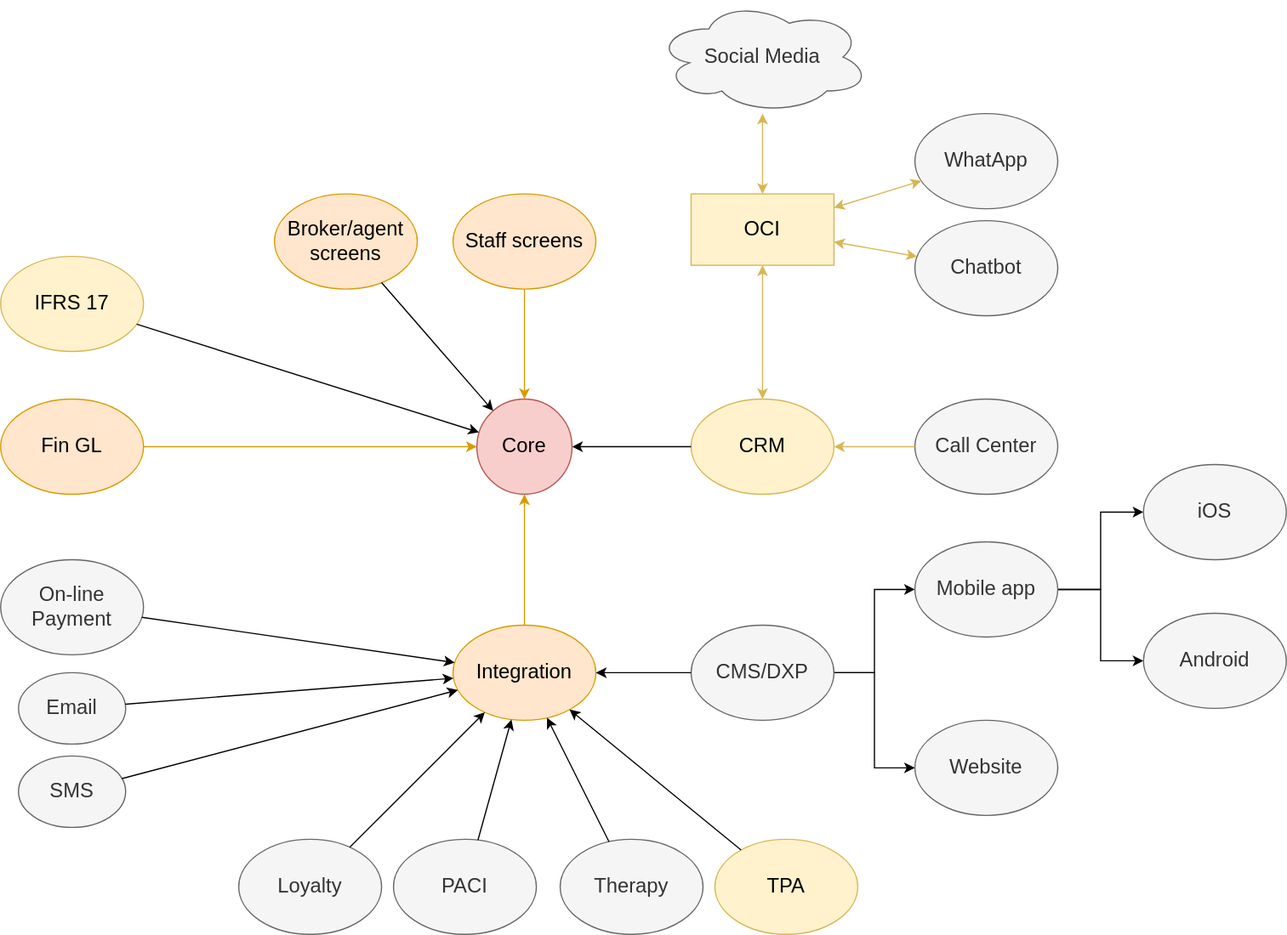
The draw.io diagram Astra Components(3).drawio.svg in computerchi/athome, before a commit. Source tidied: cells renumbered, new cells last; positions are measured from the earlier drawing's top-left corner, leaving out a move shared by most shapes.
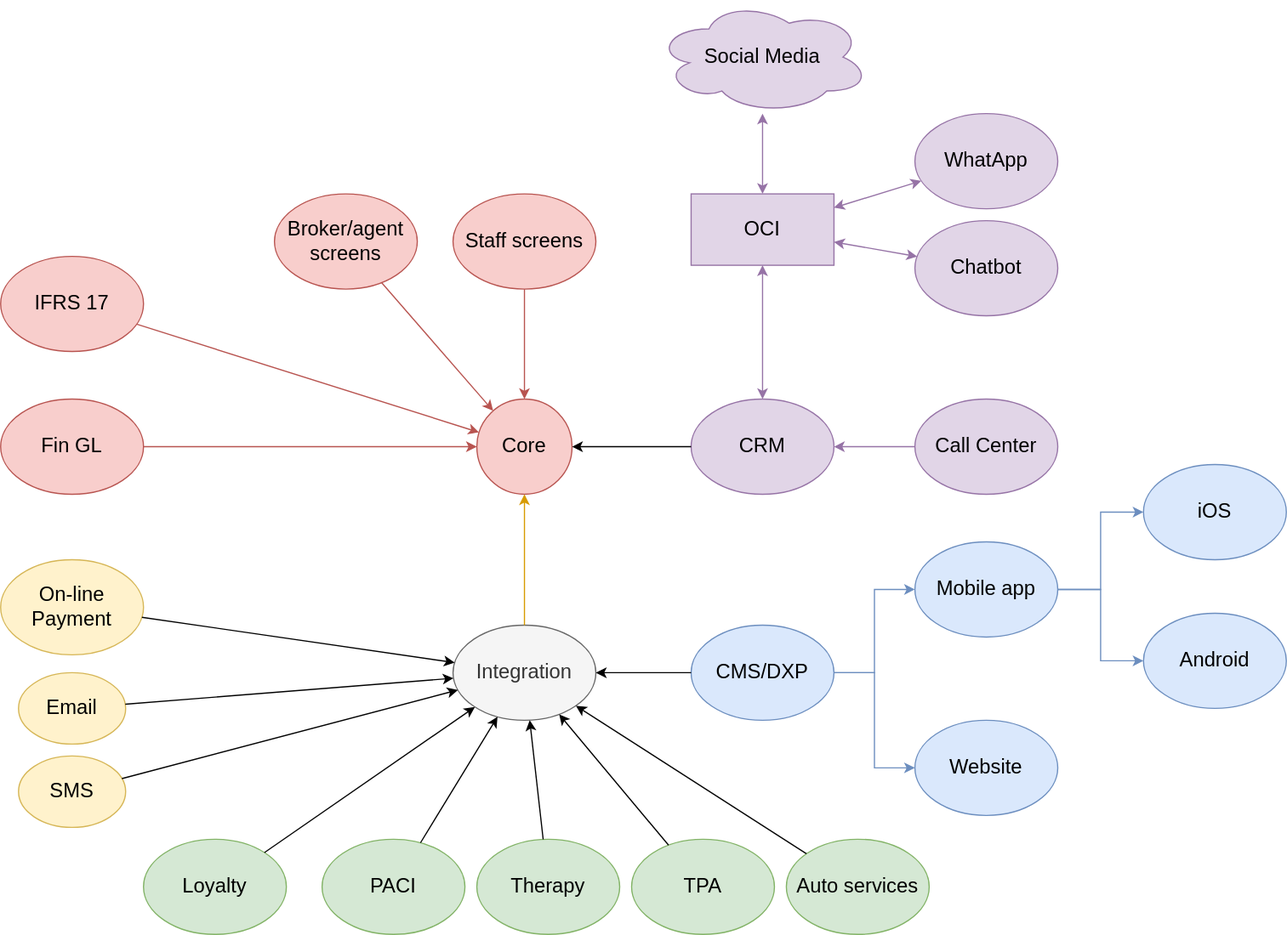
Above is the later version.

The edit, as a diff of the source:
```diff
@@ -2,100 +2,100 @@
   <root>
     <mxCell id="0" />
     <mxCell id="1" parent="0" />
-    <mxCell id="2" value="Staff screens" style="ellipse;whiteSpace=wrap;html=1;fillColor=#ffe6cc;strokeColor=#d79b00;fontSize=17;" parent="1" vertex="1">
+    <mxCell id="2" value="Staff screens" style="ellipse;whiteSpace=wrap;html=1;fillColor=#f8cecc;strokeColor=#b85450;fontSize=17;" parent="1" vertex="1">
       <mxGeometry x="380" y="162.5" width="120" height="80" as="geometry" />
     </mxCell>
     <mxCell id="3" value="Core" style="ellipse;whiteSpace=wrap;html=1;fillColor=#f8cecc;fontSize=17;strokeColor=#b85450;" parent="1" vertex="1">
       <mxGeometry x="400" y="335" width="80" height="80" as="geometry" />
     </mxCell>
-    <mxCell id="4" value="Integration" style="ellipse;whiteSpace=wrap;html=1;fillColor=#ffe6cc;strokeColor=#d79b00;fontSize=17;" parent="1" vertex="1">
+    <mxCell id="4" value="Integration" style="ellipse;whiteSpace=wrap;html=1;fillColor=#f5f5f5;strokeColor=#666666;fontSize=17;fontColor=#333333;" parent="1" vertex="1">
       <mxGeometry x="380" y="525" width="120" height="80" as="geometry" />
     </mxCell>
-    <mxCell id="5" value="Fin GL" style="ellipse;whiteSpace=wrap;html=1;fillColor=#ffe6cc;strokeColor=#d79b00;fontSize=17;" parent="1" vertex="1">
+    <mxCell id="5" value="Fin GL" style="ellipse;whiteSpace=wrap;html=1;fillColor=#f8cecc;strokeColor=#b85450;fontSize=17;" parent="1" vertex="1">
       <mxGeometry y="335" width="120" height="80" as="geometry" />
     </mxCell>
-    <mxCell id="6" value="IFRS 17" style="ellipse;whiteSpace=wrap;html=1;fillColor=#fff2cc;strokeColor=#d6b656;fontSize=17;" parent="1" vertex="1">
+    <mxCell id="6" value="IFRS 17" style="ellipse;whiteSpace=wrap;html=1;fillColor=#f8cecc;strokeColor=#b85450;fontSize=17;" parent="1" vertex="1">
       <mxGeometry y="215" width="120" height="80" as="geometry" />
     </mxCell>
-    <mxCell id="7" value="CRM" style="ellipse;whiteSpace=wrap;html=1;fillColor=#fff2cc;strokeColor=#d6b656;fontSize=17;" parent="1" vertex="1">
+    <mxCell id="7" value="CRM" style="ellipse;whiteSpace=wrap;html=1;fillColor=#e1d5e7;strokeColor=#9673a6;fontSize=17;" parent="1" vertex="1">
       <mxGeometry x="580" y="335" width="120" height="80" as="geometry" />
     </mxCell>
-    <mxCell id="8" value="Broker/agent screens" style="ellipse;whiteSpace=wrap;html=1;fillColor=#ffe6cc;strokeColor=#d79b00;fontSize=17;" parent="1" vertex="1">
+    <mxCell id="8" value="Broker/agent screens" style="ellipse;whiteSpace=wrap;html=1;fillColor=#f8cecc;strokeColor=#b85450;fontSize=17;" parent="1" vertex="1">
       <mxGeometry x="230" y="162.5" width="120" height="80" as="geometry" />
     </mxCell>
-    <mxCell id="9" style="endArrow=classic;html=1;rounded=0;fillColor=#ffe6cc;strokeColor=#d79b00;fontSize=17;" parent="1" edge="1" source="2" target="3">
+    <mxCell id="9" style="endArrow=classic;html=1;rounded=0;fillColor=#f8cecc;strokeColor=#b85450;fontSize=17;" parent="1" edge="1" source="2" target="3">
       <mxGeometry relative="1" as="geometry" />
     </mxCell>
-    <mxCell id="10" style="endArrow=classic;html=1;rounded=0;fontSize=17;" parent="1" edge="1" source="8" target="3">
+    <mxCell id="10" style="endArrow=classic;html=1;rounded=0;fontSize=17;fillColor=#f8cecc;strokeColor=#b85450;" parent="1" edge="1" source="8" target="3">
       <mxGeometry relative="1" as="geometry" />
     </mxCell>
     <mxCell id="11" style="endArrow=classic;html=1;rounded=0;fontSize=17;" parent="1" edge="1" source="7" target="3">
       <mxGeometry relative="1" as="geometry" />
     </mxCell>
-    <mxCell id="12" style="endArrow=classic;html=1;rounded=0;fontSize=17;" parent="1" edge="1" source="6" target="3">
+    <mxCell id="12" style="endArrow=classic;html=1;rounded=0;fontSize=17;fillColor=#f8cecc;strokeColor=#b85450;" parent="1" edge="1" source="6" target="3">
       <mxGeometry relative="1" as="geometry" />
     </mxCell>
-    <mxCell id="13" style="endArrow=classic;html=1;rounded=0;fillColor=#ffe6cc;strokeColor=#d79b00;fontSize=17;" parent="1" edge="1" source="5" target="3">
+    <mxCell id="13" style="endArrow=classic;html=1;rounded=0;fillColor=#f8cecc;strokeColor=#b85450;fontSize=17;" parent="1" edge="1" source="5" target="3">
       <mxGeometry relative="1" as="geometry" />
     </mxCell>
     <mxCell id="14" style="endArrow=classic;html=1;rounded=0;fillColor=#ffe6cc;strokeColor=#d79b00;fontSize=17;" parent="1" edge="1" source="4" target="3">
       <mxGeometry relative="1" as="geometry" />
     </mxCell>
-    <mxCell id="15" value="Call Center" style="ellipse;whiteSpace=wrap;html=1;fillColor=#f5f5f5;strokeColor=#666666;fontSize=17;fontColor=#333333;" parent="1" vertex="1">
+    <mxCell id="15" value="Call Center" style="ellipse;whiteSpace=wrap;html=1;fillColor=#e1d5e7;strokeColor=#9673a6;fontSize=17;" parent="1" vertex="1">
       <mxGeometry x="768" y="335" width="120" height="80" as="geometry" />
     </mxCell>
-    <mxCell id="16" style="endArrow=classic;html=1;rounded=0;fillColor=#fff2cc;strokeColor=#d6b656;fontSize=17;" parent="1" edge="1" source="15" target="7">
+    <mxCell id="16" style="endArrow=classic;html=1;rounded=0;fillColor=#e1d5e7;strokeColor=#9673a6;fontSize=17;" parent="1" edge="1" source="15" target="7">
       <mxGeometry relative="1" as="geometry" />
     </mxCell>
-    <mxCell id="17" value="OCI" style="shape=rectangle;perimeter=rectanglePerimeter;whiteSpace=wrap;html=1;fixedSize=1;fillColor=#fff2cc;strokeColor=#d6b656;fontSize=17;" parent="1" vertex="1">
+    <mxCell id="17" value="OCI" style="shape=rectangle;perimeter=rectanglePerimeter;whiteSpace=wrap;html=1;fixedSize=1;fillColor=#e1d5e7;strokeColor=#9673a6;fontSize=17;" parent="1" vertex="1">
       <mxGeometry x="580" y="162.5" width="120" height="60" as="geometry" />
     </mxCell>
-    <mxCell id="18" value="Chatbot" style="ellipse;whiteSpace=wrap;html=1;fillColor=#f5f5f5;strokeColor=#666666;fontSize=17;fontColor=#333333;" parent="1" vertex="1">
+    <mxCell id="18" value="Chatbot" style="ellipse;whiteSpace=wrap;html=1;fillColor=#e1d5e7;strokeColor=#9673a6;fontSize=17;" parent="1" vertex="1">
       <mxGeometry x="768" y="185" width="120" height="80" as="geometry" />
     </mxCell>
-    <mxCell id="19" style="endArrow=classic;startArrow=classic;html=1;rounded=0;fillColor=#fff2cc;strokeColor=#d6b656;fontSize=17;" parent="1" edge="1" source="17" target="18">
+    <mxCell id="19" style="endArrow=classic;startArrow=classic;html=1;rounded=0;fillColor=#e1d5e7;strokeColor=#9673a6;fontSize=17;" parent="1" edge="1" source="17" target="18">
       <mxGeometry relative="1" as="geometry" />
     </mxCell>
-    <mxCell id="20" style="endArrow=classic;startArrow=classic;html=1;rounded=0;fillColor=#fff2cc;strokeColor=#d6b656;fontSize=17;" parent="1" edge="1" source="7" target="17">
+    <mxCell id="20" style="endArrow=classic;startArrow=classic;html=1;rounded=0;fillColor=#e1d5e7;strokeColor=#9673a6;fontSize=17;" parent="1" edge="1" source="7" target="17">
       <mxGeometry relative="1" as="geometry" />
     </mxCell>
-    <mxCell id="21" value="Social Media" style="ellipse;shape=cloud;whiteSpace=wrap;html=1;fillColor=#f5f5f5;strokeColor=#666666;fontSize=17;fontColor=#333333;" parent="1" vertex="1">
+    <mxCell id="21" value="Social Media" style="ellipse;shape=cloud;whiteSpace=wrap;html=1;fillColor=#e1d5e7;strokeColor=#9673a6;fontSize=17;" parent="1" vertex="1">
       <mxGeometry x="550" width="180" height="95" as="geometry" />
     </mxCell>
-    <mxCell id="22" style="endArrow=classic;startArrow=classic;html=1;rounded=0;fillColor=#fff2cc;strokeColor=#d6b656;fontSize=17;" parent="1" edge="1" source="17" target="21">
+    <mxCell id="22" style="endArrow=classic;startArrow=classic;html=1;rounded=0;fillColor=#e1d5e7;strokeColor=#9673a6;fontSize=17;" parent="1" edge="1" source="17" target="21">
       <mxGeometry relative="1" as="geometry" />
     </mxCell>
-    <mxCell id="23" value="Therapy" style="ellipse;whiteSpace=wrap;html=1;fillColor=#f5f5f5;strokeColor=#666666;fontSize=17;fontColor=#333333;" parent="1" vertex="1">
-      <mxGeometry x="470" y="705" width="120" height="80" as="geometry" />
+    <mxCell id="23" value="Therapy" style="ellipse;whiteSpace=wrap;html=1;fillColor=#d5e8d4;strokeColor=#82b366;fontSize=17;" parent="1" vertex="1">
+      <mxGeometry x="400" y="705" width="120" height="80" as="geometry" />
     </mxCell>
     <mxCell id="24" style="endArrow=classic;html=1;rounded=0;fontSize=17;" parent="1" edge="1" source="23" target="4">
       <mxGeometry relative="1" as="geometry" />
     </mxCell>
-    <mxCell id="25" style="edgeStyle=orthogonalEdgeStyle;rounded=0;jettySize=auto;html=1;" parent="1" edge="1" source="27" target="43">
+    <mxCell id="25" style="edgeStyle=orthogonalEdgeStyle;rounded=0;jettySize=auto;html=1;fillColor=#dae8fc;strokeColor=#6c8ebf;" parent="1" edge="1" source="27" target="43">
       <mxGeometry relative="1" as="geometry" />
     </mxCell>
-    <mxCell id="26" style="edgeStyle=orthogonalEdgeStyle;rounded=0;jettySize=auto;html=1;" parent="1" edge="1" source="27" target="46">
+    <mxCell id="26" style="edgeStyle=orthogonalEdgeStyle;rounded=0;jettySize=auto;html=1;fillColor=#dae8fc;strokeColor=#6c8ebf;" parent="1" edge="1" source="27" target="46">
       <mxGeometry relative="1" as="geometry" />
     </mxCell>
-    <mxCell id="27" value="CMS/DXP" style="ellipse;whiteSpace=wrap;html=1;fillColor=#f5f5f5;strokeColor=#666666;fontSize=17;fontColor=#333333;" parent="1" vertex="1">
+    <mxCell id="27" value="CMS/DXP" style="ellipse;whiteSpace=wrap;html=1;fillColor=#dae8fc;strokeColor=#6c8ebf;fontSize=17;" parent="1" vertex="1">
       <mxGeometry x="580" y="525" width="120" height="80" as="geometry" />
     </mxCell>
     <mxCell id="28" style="endArrow=classic;html=1;rounded=0;fontSize=17;" parent="1" edge="1" source="27" target="4">
       <mxGeometry relative="1" as="geometry" />
     </mxCell>
-    <mxCell id="29" value="&lt;div&gt;TPA&lt;/div&gt;" style="ellipse;whiteSpace=wrap;html=1;fillColor=#fff2cc;strokeColor=#d6b656;fontSize=17;" parent="1" vertex="1">
-      <mxGeometry x="600" y="705" width="120" height="80" as="geometry" />
+    <mxCell id="29" value="&lt;div&gt;TPA&lt;/div&gt;" style="ellipse;whiteSpace=wrap;html=1;fillColor=#d5e8d4;strokeColor=#82b366;fontSize=17;" parent="1" vertex="1">
+      <mxGeometry x="530" y="705" width="120" height="80" as="geometry" />
     </mxCell>
     <mxCell id="30" style="endArrow=classic;html=1;rounded=0;fontSize=17;" parent="1" edge="1" source="29" target="4">
       <mxGeometry relative="1" as="geometry" />
     </mxCell>
-    <mxCell id="31" value="&lt;div style=&quot;font-size: 17px;&quot;&gt;On-line Payment&lt;br style=&quot;font-size: 17px;&quot;&gt;&lt;/div&gt;" style="ellipse;whiteSpace=wrap;html=1;fillColor=#f5f5f5;strokeColor=#666666;fontSize=17;fontColor=#333333;" parent="1" vertex="1">
+    <mxCell id="31" value="&lt;div style=&quot;font-size: 17px;&quot;&gt;On-line Payment&lt;br style=&quot;font-size: 17px;&quot;&gt;&lt;/div&gt;" style="ellipse;whiteSpace=wrap;html=1;fillColor=#fff2cc;strokeColor=#d6b656;fontSize=17;" parent="1" vertex="1">
       <mxGeometry y="470" width="120" height="80" as="geometry" />
     </mxCell>
-    <mxCell id="32" value="Email" style="ellipse;whiteSpace=wrap;html=1;fillColor=#f5f5f5;strokeColor=#666666;fontSize=17;fontColor=#333333;" parent="1" vertex="1">
+    <mxCell id="32" value="Email" style="ellipse;whiteSpace=wrap;html=1;fillColor=#fff2cc;strokeColor=#d6b656;fontSize=17;" parent="1" vertex="1">
       <mxGeometry x="15" y="565" width="90" height="60" as="geometry" />
     </mxCell>
-    <mxCell id="33" value="SMS" style="ellipse;whiteSpace=wrap;html=1;fillColor=#f5f5f5;strokeColor=#666666;fontSize=17;fontColor=#333333;" parent="1" vertex="1">
+    <mxCell id="33" value="SMS" style="ellipse;whiteSpace=wrap;html=1;fillColor=#fff2cc;strokeColor=#d6b656;fontSize=17;" parent="1" vertex="1">
       <mxGeometry x="15" y="635" width="90" height="60" as="geometry" />
     </mxCell>
     <mxCell id="34" style="endArrow=none;html=1;rounded=0;fontSize=17;startArrow=classic;startFill=1;endFill=0;" parent="1" edge="1" source="4" target="32">
@@ -107,41 +107,47 @@
     <mxCell id="36" style="endArrow=classic;html=1;rounded=0;fontSize=17;" parent="1" edge="1" source="31" target="4">
       <mxGeometry relative="1" as="geometry" />
     </mxCell>
-    <mxCell id="37" value="WhatApp" style="ellipse;whiteSpace=wrap;html=1;fillColor=#f5f5f5;strokeColor=#666666;fontSize=17;fontColor=#333333;" parent="1" vertex="1">
+    <mxCell id="37" value="WhatApp" style="ellipse;whiteSpace=wrap;html=1;fillColor=#e1d5e7;strokeColor=#9673a6;fontSize=17;" parent="1" vertex="1">
       <mxGeometry x="768" y="95" width="120" height="80" as="geometry" />
     </mxCell>
-    <mxCell id="38" style="endArrow=classic;startArrow=classic;html=1;rounded=0;fillColor=#fff2cc;strokeColor=#d6b656;fontSize=17;" parent="1" edge="1" source="17" target="37">
+    <mxCell id="38" style="endArrow=classic;startArrow=classic;html=1;rounded=0;fillColor=#e1d5e7;strokeColor=#9673a6;fontSize=17;" parent="1" edge="1" source="17" target="37">
       <mxGeometry relative="1" as="geometry" />
     </mxCell>
-    <mxCell id="39" value="Loyalty" style="ellipse;whiteSpace=wrap;html=1;fillColor=#f5f5f5;strokeColor=#666666;fontSize=17;fontColor=#333333;" parent="1" vertex="1">
-      <mxGeometry x="200" y="705" width="120" height="80" as="geometry" />
+    <mxCell id="39" value="Loyalty" style="ellipse;whiteSpace=wrap;html=1;fillColor=#d5e8d4;strokeColor=#82b366;fontSize=17;" parent="1" vertex="1">
+      <mxGeometry x="120" y="705" width="120" height="80" as="geometry" />
     </mxCell>
     <mxCell id="40" style="endArrow=classic;html=1;rounded=0;" parent="1" edge="1" source="39" target="4">
       <mxGeometry relative="1" as="geometry" />
     </mxCell>
-    <mxCell id="41" value="PACI" style="ellipse;whiteSpace=wrap;html=1;fillColor=#f5f5f5;strokeColor=#666666;fontSize=17;fontColor=#333333;" parent="1" vertex="1">
-      <mxGeometry x="330" y="705" width="120" height="80" as="geometry" />
+    <mxCell id="41" value="PACI" style="ellipse;whiteSpace=wrap;html=1;fillColor=#d5e8d4;strokeColor=#82b366;fontSize=17;" parent="1" vertex="1">
+      <mxGeometry x="270" y="705" width="120" height="80" as="geometry" />
     </mxCell>
     <mxCell id="42" style="endArrow=classic;html=1;rounded=0;" parent="1" edge="1" source="41" target="4">
       <mxGeometry relative="1" as="geometry" />
     </mxCell>
-    <mxCell id="43" value="Website" style="ellipse;whiteSpace=wrap;html=1;fillColor=#f5f5f5;strokeColor=#666666;fontSize=17;fontColor=#333333;" parent="1" vertex="1">
+    <mxCell id="43" value="Website" style="ellipse;whiteSpace=wrap;html=1;fillColor=#dae8fc;strokeColor=#6c8ebf;fontSize=17;" parent="1" vertex="1">
       <mxGeometry x="768" y="605" width="120" height="80" as="geometry" />
     </mxCell>
-    <mxCell id="44" style="edgeStyle=orthogonalEdgeStyle;rounded=0;jettySize=auto;html=1;" parent="1" edge="1" source="46" target="47">
+    <mxCell id="44" style="edgeStyle=orthogonalEdgeStyle;rounded=0;jettySize=auto;html=1;fillColor=#dae8fc;strokeColor=#6c8ebf;" parent="1" edge="1" source="46" target="47">
       <mxGeometry relative="1" as="geometry" />
     </mxCell>
-    <mxCell id="45" style="edgeStyle=orthogonalEdgeStyle;rounded=0;jettySize=auto;html=1;" parent="1" edge="1" source="46" target="48">
+    <mxCell id="45" style="edgeStyle=orthogonalEdgeStyle;rounded=0;jettySize=auto;html=1;fillColor=#dae8fc;strokeColor=#6c8ebf;" parent="1" edge="1" source="46" target="48">
       <mxGeometry relative="1" as="geometry" />
     </mxCell>
-    <mxCell id="46" value="Mobile app" style="ellipse;whiteSpace=wrap;html=1;fillColor=#f5f5f5;strokeColor=#666666;fontSize=17;fontColor=#333333;" parent="1" vertex="1">
+    <mxCell id="46" value="Mobile app" style="ellipse;whiteSpace=wrap;html=1;fillColor=#dae8fc;strokeColor=#6c8ebf;fontSize=17;" parent="1" vertex="1">
       <mxGeometry x="768" y="455" width="120" height="80" as="geometry" />
     </mxCell>
-    <mxCell id="47" value="iOS" style="ellipse;whiteSpace=wrap;html=1;fillColor=#f5f5f5;strokeColor=#666666;fontSize=17;fontColor=#333333;" parent="1" vertex="1">
+    <mxCell id="47" value="iOS" style="ellipse;whiteSpace=wrap;html=1;fillColor=#dae8fc;strokeColor=#6c8ebf;fontSize=17;" parent="1" vertex="1">
       <mxGeometry x="960" y="390" width="120" height="80" as="geometry" />
     </mxCell>
-    <mxCell id="48" value="Android" style="ellipse;whiteSpace=wrap;html=1;fillColor=#f5f5f5;strokeColor=#666666;fontSize=17;fontColor=#333333;" parent="1" vertex="1">
+    <mxCell id="48" value="Android" style="ellipse;whiteSpace=wrap;html=1;fillColor=#dae8fc;strokeColor=#6c8ebf;fontSize=17;" parent="1" vertex="1">
       <mxGeometry x="960" y="515" width="120" height="80" as="geometry" />
     </mxCell>
+    <mxCell id="49" value="Auto services" style="ellipse;whiteSpace=wrap;html=1;fillColor=#d5e8d4;strokeColor=#82b366;fontSize=17;" parent="1" vertex="1">
+      <mxGeometry x="660" y="705" width="120" height="80" as="geometry" />
+    </mxCell>
+    <mxCell id="50" style="endArrow=classic;html=1;rounded=0;" parent="1" edge="1" source="49" target="4">
+      <mxGeometry relative="1" as="geometry" />
+    </mxCell>
   </root>
 </mxGraphModel>
```
